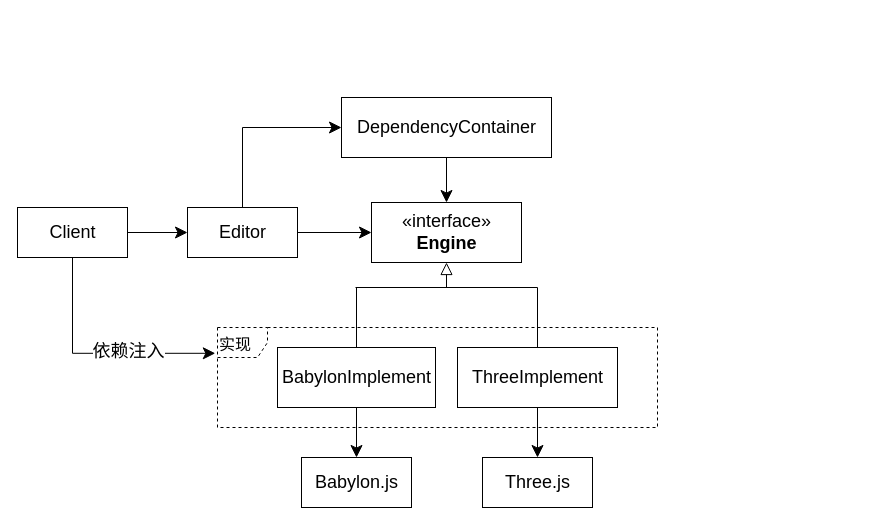
The draw.io diagram packages/依赖隔离模式/story_improve/UML.drawio in yyc-git/3DProgramPattern, before the edit. Source tidied: cells renumbered, new cells numbered last; positions are measured from the earlier drawing's top-left corner, leaving out a move shared by most shapes. Both pictures are drawn from the tidied source at 100%, with x=0, y=0 at pixel (17, 97).
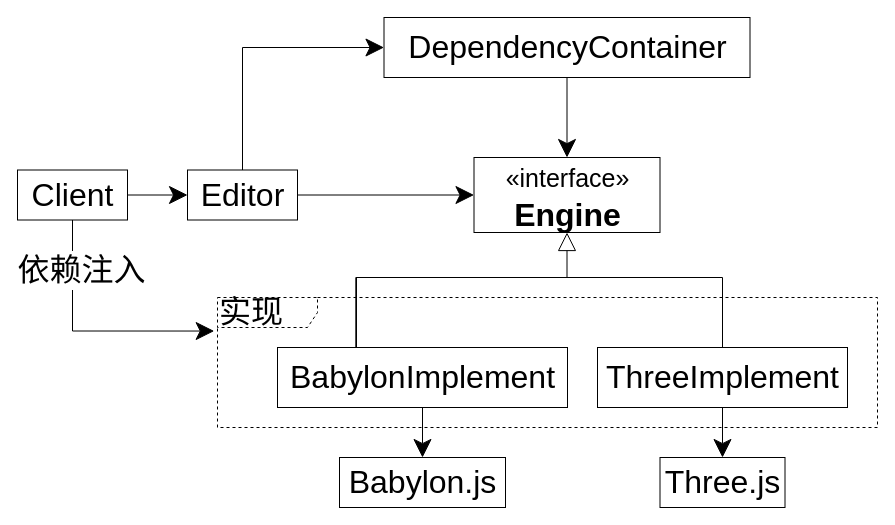
The same diagram, later.

Diff of the diagram source:
```diff
@@
+    <mxCell id="20" value="&lt;div style=&quot;font-size: 32px;&quot;&gt;&lt;span style=&quot;line-height: 120%; font-size: 32px;&quot;&gt;&lt;font style=&quot;font-size: 32px;&quot;&gt;实现&lt;/font&gt;&lt;/span&gt;&lt;/div&gt;" style="shape=umlFrame;whiteSpace=wrap;html=1;width=100;height=30;fontSize=32;align=left;dashed=1;" parent="1" vertex="1">
+      <mxGeometry x="200" y="200" width="660" height="130" as="geometry" />
+    </mxCell>
-    <mxCell id="2" style="edgeStyle=orthogonalEdgeStyle;rounded=0;jettySize=auto;html=1;entryX=0;entryY=0.5;entryDx=0;entryDy=0;endSize=10;startSize=10;" parent="1" edge="1" source="4" target="8">
+    <mxCell id="2" style="edgeStyle=orthogonalEdgeStyle;rounded=0;jettySize=auto;html=1;entryX=0;entryY=0.5;entryDx=0;entryDy=0;endSize=16;startSize=16;fontSize=32;" parent="1" edge="1" source="4" target="8">
       <mxGeometry relative="1" as="geometry" />
     </mxCell>
-    <mxCell id="3" style="edgeStyle=orthogonalEdgeStyle;rounded=0;jettySize=auto;html=1;entryX=0;entryY=0.5;entryDx=0;entryDy=0;exitX=0.5;exitY=0;exitDx=0;exitDy=0;endSize=10;startSize=10;" parent="1" edge="1" source="4" target="15">
+    <mxCell id="3" style="edgeStyle=orthogonalEdgeStyle;rounded=0;jettySize=auto;html=1;entryX=0;entryY=0.5;entryDx=0;entryDy=0;exitX=0.5;exitY=0;exitDx=0;exitDy=0;endSize=16;startSize=16;fontSize=32;" parent="1" edge="1" source="4" target="15">
       <mxGeometry relative="1" as="geometry" />
     </mxCell>
-    <mxCell id="4" value="Editor" style="html=1;fontSize=18;" parent="1" vertex="1">
-      <mxGeometry x="170" y="110" width="110" height="50" as="geometry" />
+    <mxCell id="4" value="Editor" style="html=1;fontSize=32;" parent="1" vertex="1">
+      <mxGeometry x="170" y="72.5" width="110" height="50" as="geometry" />
     </mxCell>
-    <mxCell id="5" style="edgeStyle=orthogonalEdgeStyle;rounded=0;jettySize=auto;html=1;entryX=0.5;entryY=1;entryDx=0;entryDy=0;endArrow=block;endFill=0;endSize=10;startSize=10;" parent="1" edge="1" source="7" target="8">
+    <mxCell id="5" style="edgeStyle=orthogonalEdgeStyle;rounded=0;jettySize=auto;html=1;entryX=0.5;entryY=1;entryDx=0;entryDy=0;endArrow=block;endFill=0;endSize=16;startSize=16;fontSize=32;" parent="1" edge="1" source="7" target="8">
       <mxGeometry relative="1" as="geometry">
         <Array as="points">
-          <mxPoint x="339" y="190" />
-          <mxPoint x="429" y="190" />
+          <mxPoint x="339" y="180" />
+          <mxPoint x="550" y="180" />
         </Array>
       </mxGeometry>
     </mxCell>
-    <mxCell id="6" style="edgeStyle=orthogonalEdgeStyle;rounded=0;jettySize=auto;html=1;startArrow=none;startFill=0;endSize=10;startSize=10;endArrow=classic;endFill=1;" parent="1" edge="1" source="7" target="9">
+    <mxCell id="6" style="edgeStyle=orthogonalEdgeStyle;rounded=0;jettySize=auto;html=1;startArrow=none;startFill=0;endSize=16;startSize=16;endArrow=classic;endFill=1;fontSize=32;" parent="1" edge="1" source="7" target="9">
       <mxGeometry relative="1" as="geometry" />
     </mxCell>
-    <mxCell id="7" value="BabylonImplement" style="html=1;fontSize=18;" parent="1" vertex="1">
-      <mxGeometry x="260" y="250" width="158" height="60" as="geometry" />
+    <mxCell id="7" value="BabylonImplement" style="html=1;fontSize=32;" parent="1" vertex="1">
+      <mxGeometry x="260" y="250" width="290" height="60" as="geometry" />
     </mxCell>
-    <mxCell id="8" value="&lt;font style=&quot;font-size: 18px&quot;&gt;«interface»&lt;br&gt;&lt;b&gt;Engine&lt;/b&gt;&lt;/font&gt;" style="html=1;" parent="1" vertex="1">
-      <mxGeometry x="354" y="105" width="150" height="60" as="geometry" />
+    <mxCell id="8" value="&lt;font&gt;&lt;font style=&quot;font-size: 25px&quot;&gt;«interface»&lt;/font&gt;&lt;br style=&quot;font-size: 32px&quot;&gt;&lt;b style=&quot;font-size: 32px&quot;&gt;Engine&lt;/b&gt;&lt;/font&gt;" style="html=1;fontSize=32;" parent="1" vertex="1">
+      <mxGeometry x="456.5" y="60" width="186" height="75" as="geometry" />
     </mxCell>
-    <mxCell id="9" value="Babylon.js" style="html=1;fontSize=18;" parent="1" vertex="1">
-      <mxGeometry x="284" y="360" width="110" height="50" as="geometry" />
+    <mxCell id="9" value="Babylon.js" style="html=1;fontSize=32;" parent="1" vertex="1">
+      <mxGeometry x="322" y="360" width="166" height="50" as="geometry" />
     </mxCell>
-    <mxCell id="10" style="edgeStyle=orthogonalEdgeStyle;rounded=0;jettySize=auto;html=1;entryX=0;entryY=0.5;entryDx=0;entryDy=0;endSize=10;startSize=10;" parent="1" edge="1" source="13" target="4">
+    <mxCell id="10" style="edgeStyle=orthogonalEdgeStyle;rounded=0;jettySize=auto;html=1;entryX=0;entryY=0.5;entryDx=0;entryDy=0;endSize=16;startSize=16;fontSize=32;" parent="1" edge="1" source="13" target="4">
       <mxGeometry relative="1" as="geometry" />
     </mxCell>
-    <mxCell id="11" style="edgeStyle=orthogonalEdgeStyle;rounded=0;jettySize=auto;html=1;endSize=10;startSize=10;endArrow=classic;endFill=1;entryX=-0.005;entryY=0.258;entryDx=0;entryDy=0;entryPerimeter=0;" parent="1" edge="1" source="13" target="20">
+    <mxCell id="11" style="edgeStyle=orthogonalEdgeStyle;rounded=0;jettySize=auto;html=1;endSize=16;startSize=16;endArrow=classic;endFill=1;entryX=-0.005;entryY=0.258;entryDx=0;entryDy=0;entryPerimeter=0;fontSize=32;" parent="1" edge="1" source="13" target="20">
       <mxGeometry relative="1" as="geometry">
         <Array as="points">
-          <mxPoint x="55" y="256" />
+          <mxPoint x="55" y="234" />
         </Array>
       </mxGeometry>
     </mxCell>
-    <mxCell id="12" value="&lt;font style=&quot;font-size: 18px&quot;&gt;依赖注入&lt;/font&gt;" style="edgeLabel;html=1;align=center;verticalAlign=middle;" parent="11" vertex="1">
+    <mxCell id="12" value="&lt;font style=&quot;font-size: 32px;&quot;&gt;依赖注入&lt;/font&gt;" style="edgeLabel;html=1;align=center;verticalAlign=middle;fontSize=32;" parent="11" vertex="1">
       <mxGeometry x="0.04" y="2" relative="1" as="geometry">
-        <mxPoint x="27" as="offset" />
+        <mxPoint x="-12" y="-59" as="offset" />
       </mxGeometry>
     </mxCell>
-    <mxCell id="13" value="Client" style="html=1;fontSize=18;" parent="1" vertex="1">
-      <mxGeometry y="110" width="110" height="50" as="geometry" />
+    <mxCell id="13" value="Client" style="html=1;fontSize=32;" parent="1" vertex="1">
+      <mxGeometry y="72.5" width="110" height="50" as="geometry" />
     </mxCell>
-    <mxCell id="14" style="edgeStyle=orthogonalEdgeStyle;rounded=0;jettySize=auto;html=1;endSize=10;startSize=10;" parent="1" edge="1" source="15" target="8">
+    <mxCell id="14" style="edgeStyle=orthogonalEdgeStyle;rounded=0;jettySize=auto;html=1;endSize=16;startSize=16;fontSize=32;" parent="1" edge="1" source="15" target="8">
       <mxGeometry relative="1" as="geometry" />
     </mxCell>
-    <mxCell id="15" value="DependencyContainer" style="html=1;fontSize=18;" parent="1" vertex="1">
-      <mxGeometry x="324" width="210" height="60" as="geometry" />
+    <mxCell id="15" value="DependencyContainer" style="html=1;fontSize=32;" parent="1" vertex="1">
+      <mxGeometry x="366.5" y="-80" width="366" height="60" as="geometry" />
     </mxCell>
-    <mxCell id="16" style="edgeStyle=orthogonalEdgeStyle;rounded=0;jettySize=auto;html=1;startArrow=none;startFill=0;endSize=10;startSize=10;endArrow=classic;endFill=1;" parent="1" edge="1" source="18" target="19">
+    <mxCell id="16" style="edgeStyle=orthogonalEdgeStyle;rounded=0;jettySize=auto;html=1;startArrow=none;startFill=0;endSize=16;startSize=16;endArrow=classic;endFill=1;fontSize=32;" parent="1" edge="1" source="18" target="19">
       <mxGeometry relative="1" as="geometry" />
     </mxCell>
-    <mxCell id="17" style="edgeStyle=orthogonalEdgeStyle;rounded=0;jettySize=auto;html=1;startArrow=none;startFill=0;endArrow=none;endFill=0;startSize=10;endSize=10;exitX=0.5;exitY=0;exitDx=0;exitDy=0;" parent="1" edge="1" source="18">
+    <mxCell id="17" style="edgeStyle=orthogonalEdgeStyle;rounded=0;jettySize=auto;html=1;startArrow=none;startFill=0;endArrow=none;endFill=0;startSize=16;endSize=16;exitX=0.5;exitY=0;exitDx=0;exitDy=0;fontSize=32;entryX=0.27;entryY=-0.001;entryDx=0;entryDy=0;entryPerimeter=0;" parent="1" edge="1" source="18" target="7">
       <mxGeometry relative="1" as="geometry">
-        <mxPoint x="338" y="190" as="targetPoint" />
         <Array as="points">
-          <mxPoint x="520" y="190" />
+          <mxPoint x="705" y="180" />
+          <mxPoint x="338" y="180" />
         </Array>
       </mxGeometry>
     </mxCell>
-    <mxCell id="18" value="ThreeImplement" style="html=1;fontSize=18;" parent="1" vertex="1">
-      <mxGeometry x="440" y="250" width="160" height="60" as="geometry" />
+    <mxCell id="18" value="ThreeImplement" style="html=1;fontSize=32;" parent="1" vertex="1">
+      <mxGeometry x="580" y="250" width="250" height="60" as="geometry" />
     </mxCell>
-    <mxCell id="19" value="Three.js" style="html=1;fontSize=18;" parent="1" vertex="1">
-      <mxGeometry x="465" y="360" width="110" height="50" as="geometry" />
+    <mxCell id="19" value="Three.js" style="html=1;fontSize=32;" parent="1" vertex="1">
+      <mxGeometry x="642.5" y="360" width="125" height="50" as="geometry" />
     </mxCell>
-    <mxCell id="20" value="&lt;div&gt;&lt;span style=&quot;line-height: 120%&quot;&gt;&lt;font style=&quot;font-size: 16px&quot;&gt;实现&lt;/font&gt;&lt;/span&gt;&lt;/div&gt;" style="shape=umlFrame;whiteSpace=wrap;html=1;width=50;height=30;fontSize=32;align=left;dashed=1;" parent="1" vertex="1">
-      <mxGeometry x="200" y="230" width="440" height="100" as="geometry" />
-    </mxCell>
```
